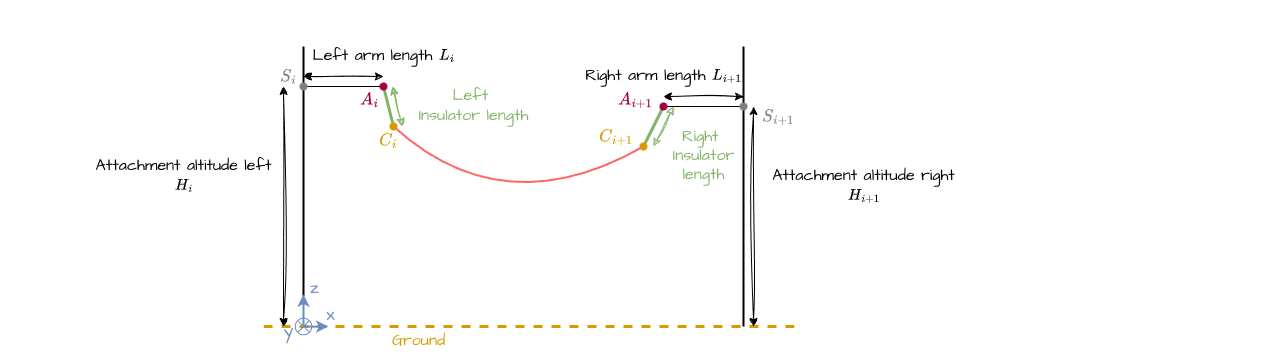
Above: docs/user_guide/assets/angle_line_side.drawio.png in phlowers/mechaphlowers (draw.io), before the change. Source tidied: cells renumbered, new cells last; positions are measured from the earlier drawing's top-left corner, leaving out a move shared by most shapes.
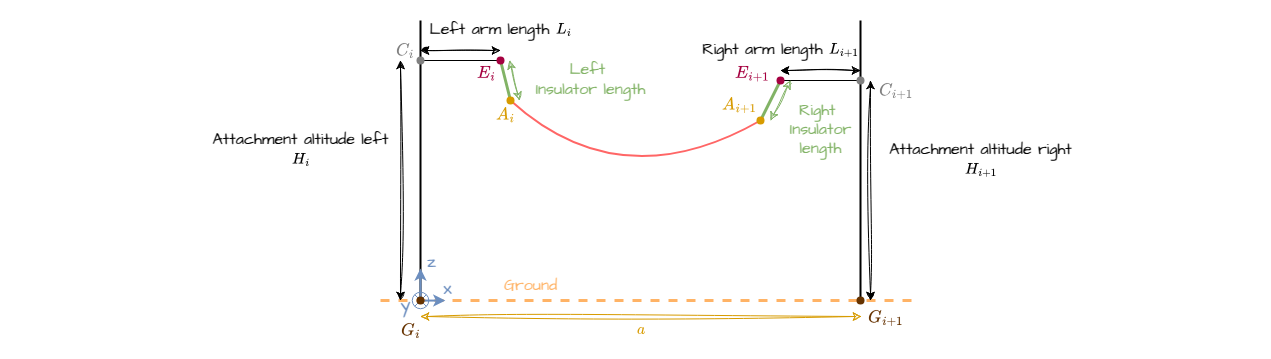
Above is the later version.

Diff of the diagram source:
```diff
@@ -3,7 +3,7 @@
     <mxCell id="0" />
     <mxCell id="1" parent="0" />
     <mxCell id="2" style="rounded=0;whiteSpace=wrap;html=1;sketch=1;hachureGap=4;jiggle=2;curveFitting=1;fontFamily=Architects Daughter;fontSource=https%3A%2F%2Ffonts.googleapis.com%2Fcss%3Ffamily%3DArchitects%2BDaughter;fontSize=20;fillColor=default;strokeColor=none;" parent="1" vertex="1">
-      <mxGeometry width="1270.1" height="350" as="geometry" />
+      <mxGeometry x="-117" y="26" width="1270.1" height="359" as="geometry" />
     </mxCell>
     <mxCell id="3" style="edgeStyle=none;orthogonalLoop=1;jettySize=auto;html=1;strokeWidth=2;endArrow=none;endFill=0;" parent="1" edge="1">
       <mxGeometry relative="1" as="geometry">
@@ -53,14 +53,14 @@
     <mxCell id="10" style="shape=waypoint;sketch=0;size=6;fillColor=#ffe6cc;perimeter=centerPerimeter;strokeColor=#D79B00;strokeWidth=2;" parent="9" vertex="1">
       <mxGeometry x="650" y="170" width="20" height="20" as="geometry" />
     </mxCell>
-    <mxCell id="11" style="edgeStyle=none;orthogonalLoop=1;jettySize=auto;html=1;endArrow=none;endFill=0;dashed=1;fillColor=#ffe6cc;strokeColor=#d79b00;strokeWidth=3;" parent="1" edge="1">
+    <mxCell id="11" style="edgeStyle=none;orthogonalLoop=1;jettySize=auto;html=1;endArrow=none;endFill=0;dashed=1;fillColor=#fff2cc;strokeColor=#FFB366;strokeWidth=3;" parent="1" edge="1">
       <mxGeometry relative="1" as="geometry">
         <mxPoint x="263" y="326" as="sourcePoint" />
         <mxPoint x="803" y="326" as="targetPoint" />
       </mxGeometry>
     </mxCell>
-    <mxCell id="12" value="&lt;font style=&quot;font-size: 16px; color: rgb(215, 155, 0);&quot; face=&quot;Architects daughter&quot;&gt;Ground&lt;/font&gt;" style="text;html=1;align=center;verticalAlign=middle;strokeColor=none;fillColor=none;" parent="1" vertex="1">
-      <mxGeometry x="378" y="326" width="80" height="30" as="geometry" />
+    <mxCell id="12" value="&lt;font style=&quot;font-size: 16px; color: rgb(255, 179, 102);&quot; face=&quot;Architects daughter&quot;&gt;Ground&lt;/font&gt;" style="text;html=1;align=center;verticalAlign=middle;strokeColor=none;fillColor=none;" parent="1" vertex="1">
+      <mxGeometry x="373" y="297" width="80" height="30" as="geometry" />
     </mxCell>
     <mxCell id="13" value="Attachment altitude left&lt;div&gt;\(H_i\)&lt;/div&gt;" style="endArrow=classic;startArrow=classic;html=1;sketch=1;hachureGap=4;jiggle=2;curveFitting=1;fontFamily=Architects Daughter;fontSource=https%3A%2F%2Ffonts.googleapis.com%2Fcss%3Ffamily%3DArchitects%2BDaughter;fontSize=16;" parent="1" edge="1">
       <mxGeometry x="0.25" y="100" relative="1" as="geometry">
@@ -125,11 +125,11 @@
         <mxPoint x="30" y="23" as="targetPoint" />
       </mxGeometry>
     </mxCell>
-    <mxCell id="26" value="&lt;font style=&quot;color: rgb(128, 128, 128);&quot; face=&quot;Architects daughter&quot;&gt;\(S_{i+1}\)&lt;/font&gt;" style="text;html=1;align=center;verticalAlign=middle;strokeColor=none;fillColor=none;fontSize=18;" parent="1" vertex="1">
+    <mxCell id="26" value="&lt;font style=&quot;color: rgb(128, 128, 128);&quot; face=&quot;Architects daughter&quot;&gt;\(C_{i+1}\)&lt;/font&gt;" style="text;html=1;align=center;verticalAlign=middle;strokeColor=none;fillColor=none;fontSize=18;" parent="1" vertex="1">
       <mxGeometry x="723" y="96" width="110" height="40" as="geometry" />
     </mxCell>
-    <mxCell id="27" value="&lt;font style=&quot;color: rgb(128, 128, 128);&quot; face=&quot;Architects daughter&quot;&gt;\(S_{i}\)&lt;/font&gt;" style="text;html=1;align=center;verticalAlign=middle;strokeColor=none;fillColor=none;fontSize=18;" parent="1" vertex="1">
-      <mxGeometry x="243" y="56" width="90" height="40" as="geometry" />
+    <mxCell id="27" value="&lt;font style=&quot;color: rgb(128, 128, 128);&quot; face=&quot;Architects daughter&quot;&gt;\(C_{i}\)&lt;/font&gt;" style="text;html=1;align=center;verticalAlign=middle;strokeColor=none;fillColor=none;fontSize=18;" parent="1" vertex="1">
+      <mxGeometry x="238" y="56" width="100" height="40" as="geometry" />
     </mxCell>
     <mxCell id="28" style="shape=waypoint;sketch=0;size=6;perimeter=centerPerimeter;fillColor=#ffe6cc;strokeColor=#808080;strokeWidth=2;" parent="1" vertex="1">
       <mxGeometry x="733" y="96" width="20" height="20" as="geometry" />
@@ -137,7 +137,7 @@
     <mxCell id="29" style="shape=waypoint;sketch=0;size=6;perimeter=centerPerimeter;fillColor=#ffe6cc;strokeColor=#808080;strokeWidth=2;" parent="1" vertex="1">
       <mxGeometry x="293" y="76" width="20" height="20" as="geometry" />
     </mxCell>
-    <mxCell id="30" value="&lt;font style=&quot;color: rgb(165, 0, 64);&quot; face=&quot;Architects daughter&quot;&gt;\(A_i\)&lt;/font&gt;" style="text;html=1;align=center;verticalAlign=middle;strokeColor=none;fillColor=none;fontSize=18;" parent="1" vertex="1">
+    <mxCell id="30" value="&lt;font style=&quot;color: rgb(165, 0, 64);&quot; face=&quot;Architects daughter&quot;&gt;\(E_i\)&lt;/font&gt;" style="text;html=1;align=center;verticalAlign=middle;strokeColor=none;fillColor=none;fontSize=18;" parent="1" vertex="1">
       <mxGeometry x="329" y="79" width="80" height="40" as="geometry" />
     </mxCell>
     <mxCell id="31" style="shape=waypoint;sketch=0;size=6;fillColor=#d80073;perimeter=centerPerimeter;strokeColor=#A50040;fontColor=#ffffff;strokeWidth=2;" parent="1" vertex="1">
@@ -146,17 +146,35 @@
     <mxCell id="32" style="shape=waypoint;sketch=0;size=6;fillColor=#d80073;perimeter=centerPerimeter;strokeColor=#A50040;fontColor=#ffffff;strokeWidth=2;" parent="1" vertex="1">
       <mxGeometry x="653" y="96" width="20" height="20" as="geometry" />
     </mxCell>
-    <mxCell id="33" value="&lt;font style=&quot;color: rgb(165, 0, 64);&quot; face=&quot;Architects daughter&quot;&gt;\(A_{i+1}\)&lt;/font&gt;" style="text;html=1;align=center;verticalAlign=middle;strokeColor=none;fillColor=none;fontSize=18;" parent="1" vertex="1">
+    <mxCell id="33" value="&lt;font style=&quot;color: rgb(165, 0, 64);&quot; face=&quot;Architects daughter&quot;&gt;\(E_{i+1}\)&lt;/font&gt;" style="text;html=1;align=center;verticalAlign=middle;strokeColor=none;fillColor=none;fontSize=18;" parent="1" vertex="1">
       <mxGeometry x="580" y="79" width="110" height="40" as="geometry" />
     </mxCell>
     <mxCell id="34" style="shape=waypoint;sketch=0;size=6;fillColor=#ffe6cc;perimeter=centerPerimeter;strokeColor=#D79B00;strokeWidth=2;" parent="1" vertex="1">
       <mxGeometry x="383" y="116" width="20" height="20" as="geometry" />
     </mxCell>
-    <mxCell id="35" value="&lt;font style=&quot;color: rgb(215, 155, 0);&quot; face=&quot;Architects daughter&quot;&gt;\(C_{i+1}\)&lt;/font&gt;" style="text;html=1;align=center;verticalAlign=middle;strokeColor=none;fillColor=none;fontSize=18;" parent="1" vertex="1">
-      <mxGeometry x="560" y="116" width="110" height="40" as="geometry" />
+    <mxCell id="35" value="&lt;font style=&quot;color: rgb(215, 155, 0);&quot; face=&quot;Architects daughter&quot;&gt;\(A_{i+1}\)&lt;/font&gt;" style="text;html=1;align=center;verticalAlign=middle;strokeColor=none;fillColor=none;fontSize=18;" parent="1" vertex="1">
+      <mxGeometry x="567" y="110" width="110" height="40" as="geometry" />
     </mxCell>
-    <mxCell id="36" value="&lt;font style=&quot;color: rgb(215, 155, 0);&quot; face=&quot;Architects daughter&quot;&gt;\(C_{i}\)&lt;/font&gt;" style="text;html=1;align=center;verticalAlign=middle;strokeColor=none;fillColor=none;fontSize=18;" parent="1" vertex="1">
-      <mxGeometry x="338" y="120" width="100" height="40" as="geometry" />
+    <mxCell id="36" value="&lt;font style=&quot;color: rgb(215, 155, 0);&quot; face=&quot;Architects daughter&quot;&gt;\(A_{i}\)&lt;/font&gt;" style="text;html=1;align=center;verticalAlign=middle;strokeColor=none;fillColor=none;fontSize=18;" parent="1" vertex="1">
+      <mxGeometry x="343" y="120" width="90" height="40" as="geometry" />
     </mxCell>
+    <mxCell id="37" value="\(a\)" style="endArrow=classic;startArrow=classic;html=1;sketch=1;hachureGap=4;jiggle=2;curveFitting=1;fontFamily=Architects Daughter;fontSource=https%3A%2F%2Ffonts.googleapis.com%2Fcss%3Ffamily%3DArchitects%2BDaughter;fontSize=16;fillColor=#ffe6cc;strokeColor=#D79B00;fontColor=#D79B00;labelBackgroundColor=none;" parent="1" edge="1">
+      <mxGeometry y="-14" relative="1" as="geometry">
+        <mxPoint x="303" y="342" as="sourcePoint" />
+        <mxPoint x="744" y="342" as="targetPoint" />
+      </mxGeometry>
+    </mxCell>
+    <mxCell id="38" style="shape=waypoint;sketch=0;size=6;fillColor=none;perimeter=centerPerimeter;strokeColor=#663300;fontColor=#ffffff;strokeWidth=2;" parent="1" vertex="1">
+      <mxGeometry x="293" y="316" width="20" height="20" as="geometry" />
+    </mxCell>
+    <mxCell id="39" style="shape=waypoint;sketch=0;size=6;fillColor=none;perimeter=centerPerimeter;strokeColor=#663300;fontColor=#ffffff;strokeWidth=2;" parent="1" vertex="1">
+      <mxGeometry x="733" y="316" width="20" height="20" as="geometry" />
+    </mxCell>
+    <mxCell id="40" value="&lt;font style=&quot;color: rgb(102, 51, 0);&quot; face=&quot;Architects daughter&quot;&gt;\(G_{i}\)&lt;/font&gt;" style="text;html=1;align=center;verticalAlign=middle;strokeColor=none;fillColor=none;fontSize=18;" parent="1" vertex="1">
+      <mxGeometry x="243" y="336" width="100" height="40" as="geometry" />
+    </mxCell>
+    <mxCell id="41" value="&lt;font style=&quot;color: rgb(102, 51, 0);&quot; face=&quot;Architects daughter&quot;&gt;\(G_{i+1}\)&lt;/font&gt;" style="text;html=1;align=center;verticalAlign=middle;strokeColor=none;fillColor=none;fontSize=18;" parent="1" vertex="1">
+      <mxGeometry x="713" y="323" width="110" height="40" as="geometry" />
+    </mxCell>
   </root>
 </mxGraphModel>
```
